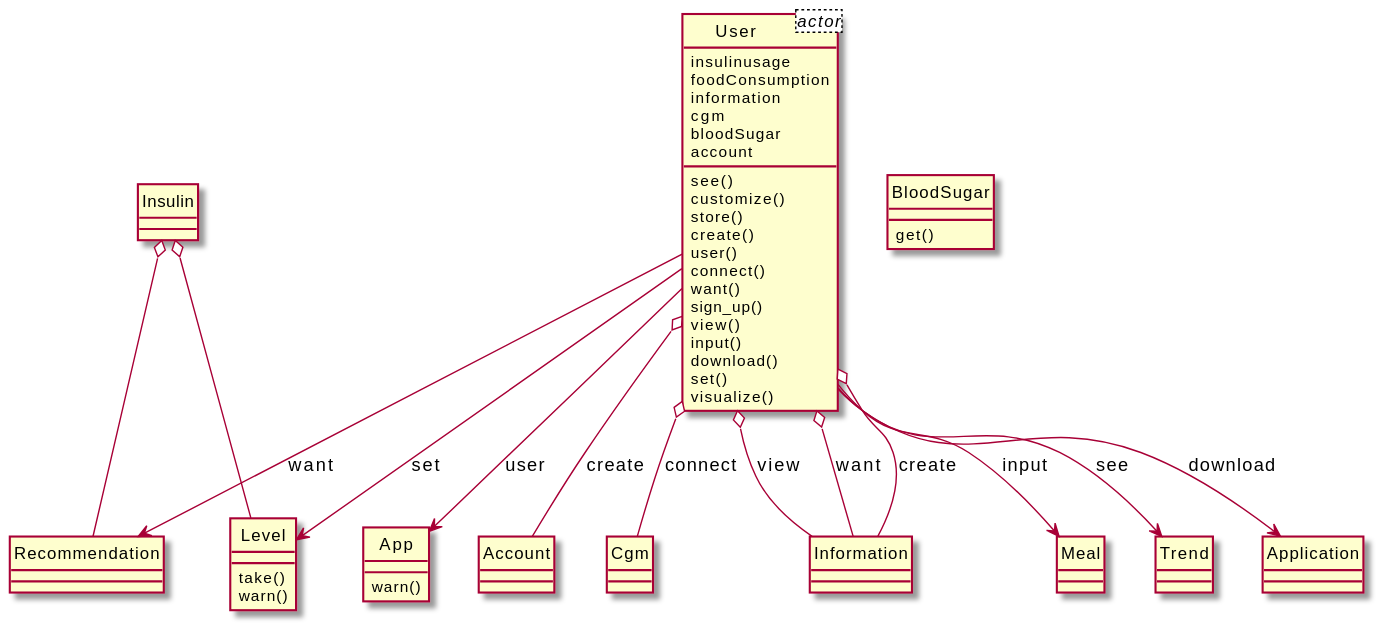
Before: output/diagram_5/2017-USC-Project06.svg, a diagram exported from PlantUML (xixixhalu/DomainModelExtractor).
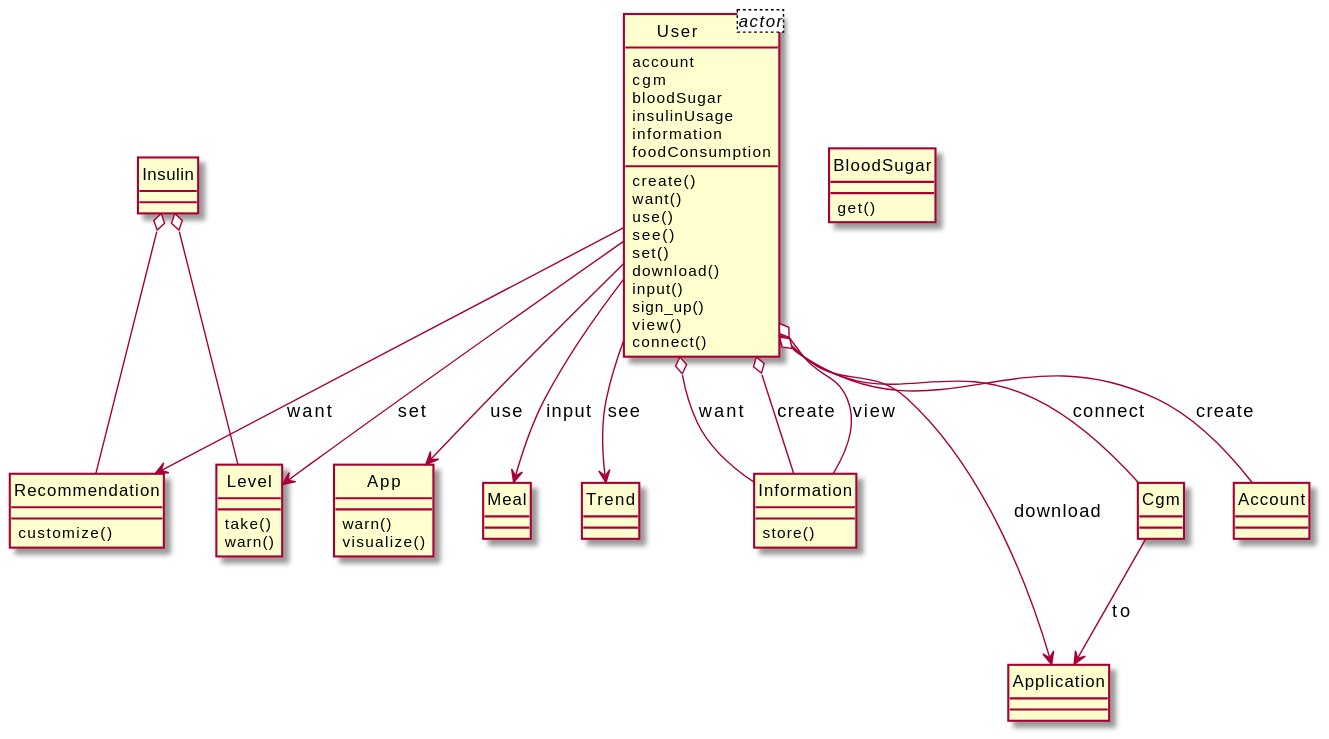
The same diagram one commit later.

Diff of the diagram source:
```diff
@@ -1,36 +1,43 @@
 @startuml
 hide circle
 class User<actor> {
-	insulinusage
-	foodConsumption
-	information
+	account
 	cgm
 	bloodSugar
-	account
+	insulinUsage
+	information
+	foodConsumption
 }
 class Insulin {
 }
 class Recommendation {
+	customize()
 }
 class User {
+	create()
+	want()
+	use()
 	see()
-	customize()
-	store()
-	create()
-	user()
-	connect()
-	want()
+	set()
+	download()
+	input()
 	sign_up()
 	view()
-	input()
-	download()
-	set()
-	visualize()
+	connect()
 }
 class App {
 	warn()
+	visualize()
 }
-class Account {
+class Meal {
+}
+class Trend {
+}
+class Information {
+	store()
+}
+class BloodSugar {
+	get()
 }
 class Level {
 	take()
@@ -38,28 +45,22 @@
 }
 class Cgm {
 }
-class Information {
-}
-class BloodSugar {
-	get()
-}
-class Meal {
-}
-class Trend {
+class Account {
 }
 class Application {
 }
+Cgm --> Application : to
+Insulin o-- Level
+User --> Application : download
+User --> Meal : input
+Insulin o-- Recommendation
+User --> Level : set
+User o-- Cgm : connect
+User o-- Information : want
 User --> Trend : see
+User o-- Account : create
+User o-- Information : create
+User --> App : use
 User --> Recommendation : want
-Insulin o-- Recommendation
 User o-- Information : view
-User o-- Information : want
-User o-- Cgm : connect
-User --> Level : set
-User --> App : user
-Insulin o-- Level
-User --> Meal : input
-User --> Application : download
-User o-- Information : create
-User o-- Account : create
 @enduml
```
